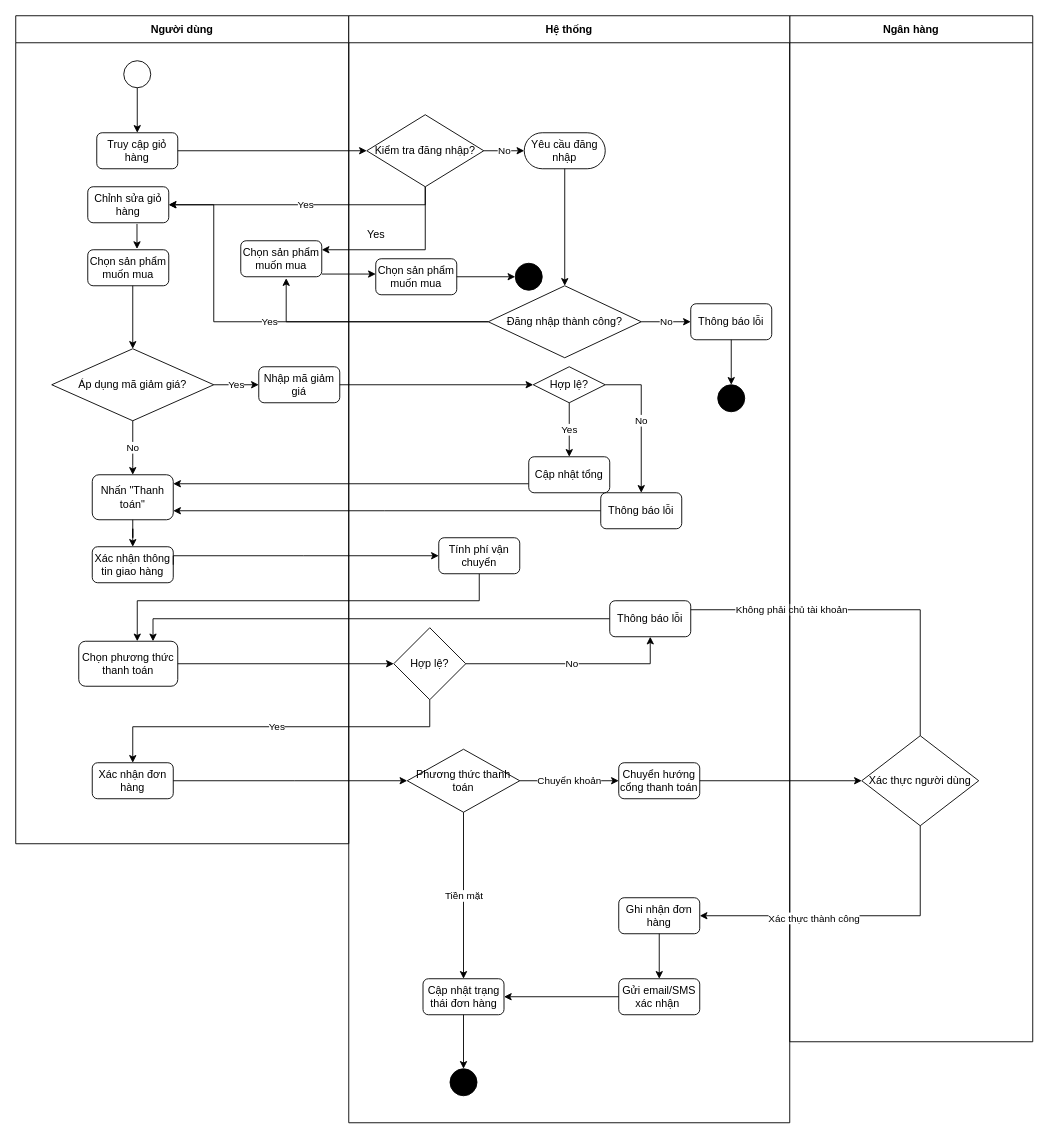
The draw.io diagram Activity Diagram/Cart_Checkout.drawio in NguyenThaiDung2003/IT3120Nhom11, before the edit. Source tidied: cells renumbered, new cells numbered last; positions are measured from the earlier drawing's top-left corner, leaving out a move shared by most shapes. Both pictures are drawn from the tidied source at 90%, with x=0, y=0 at pixel (15, 15).
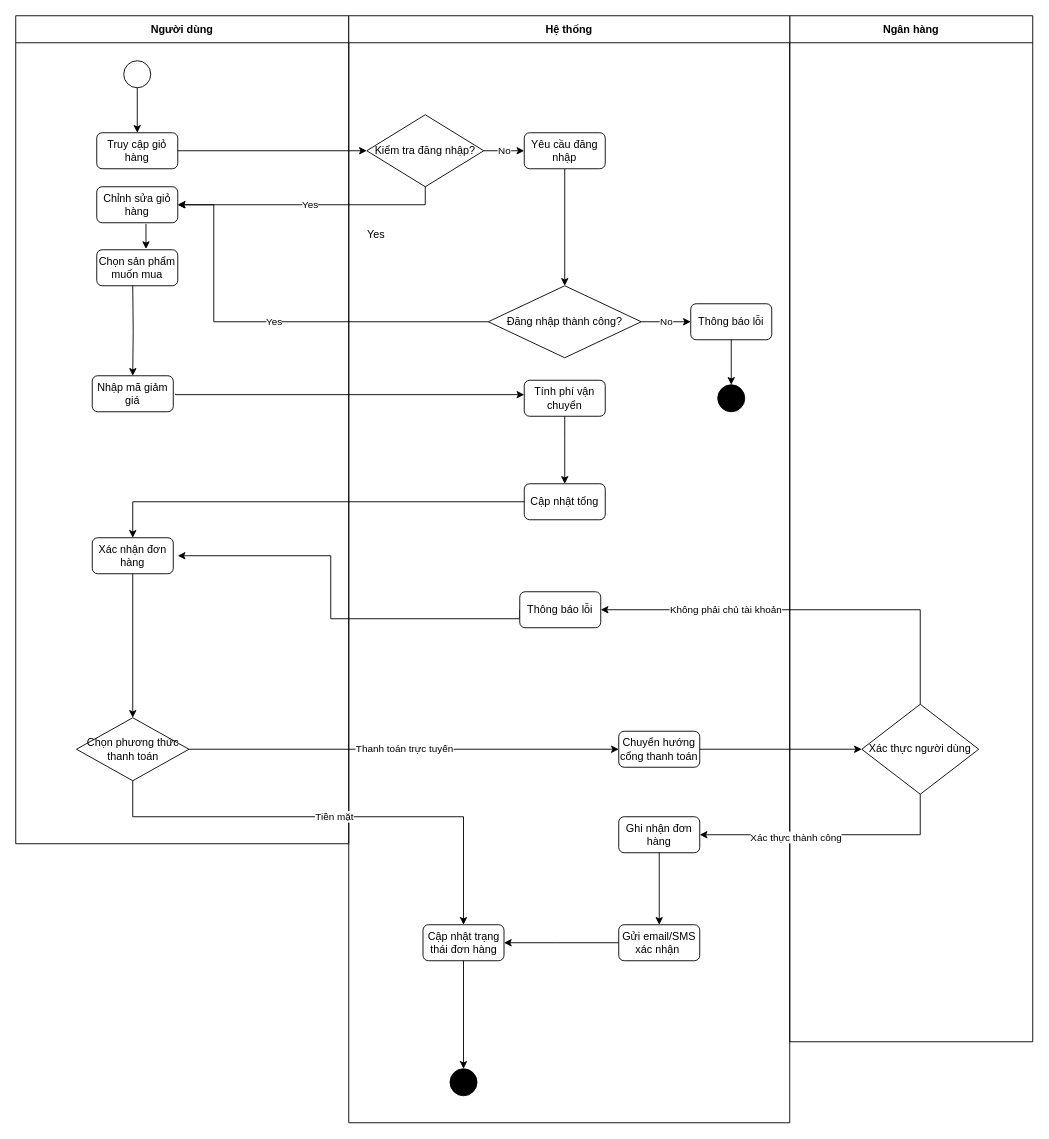
The same page after the edit.

Commit message (it also covers changes not shown here):
Cập nhật biểu đồ hoạt động và biểu đồ UC (Thanh taons và giỏ hàng)

The change refers to these unchanged cells:
```xml
<mxCell id="2" value="Người dùng" style="swimlane;startSize=30;" parent="1" vertex="1">
  <mxGeometry width="370" height="920" as="geometry" />
</mxCell>
<mxCell id="33" value="Ngân hàng" style="swimlane;startSize=30;" parent="1" vertex="1">
  <mxGeometry x="860" width="270" height="1140" as="geometry" />
</mxCell>
<mxCell id="39" value="Hệ thống" style="swimlane;startSize=30;" parent="1" vertex="1">
  <mxGeometry x="370" width="490" height="1230" as="geometry" />
</mxCell>
<mxCell id="40" value="Kiểm tra đăng nhập?" style="rhombus;whiteSpace=wrap;html=1;" parent="39" vertex="1">
  <mxGeometry x="20" y="110" width="130" height="80" as="geometry" />
</mxCell>
<mxCell id="42" value="Đăng nhập thành công?" style="rhombus;whiteSpace=wrap;html=1;" parent="39" vertex="1">
  <mxGeometry x="155" y="300" width="170" height="80" as="geometry" />
</mxCell>
```

The edit, as a diff of the source:
```diff
@@
     <mxCell id="5" value="Chỉnh sửa giỏ hàng" style="rounded=1;whiteSpace=wrap;html=1;" parent="2" vertex="1">
-      <mxGeometry x="80" y="190" width="90" height="40" as="geometry" />
+      <mxGeometry x="90" y="190" width="90" height="40" as="geometry" />
     </mxCell>
-    <mxCell id="6" value="Áp dụng mã giảm giá?" style="rhombus;whiteSpace=wrap;html=1;" parent="2" vertex="1">
-      <mxGeometry x="40" y="370" width="180" height="80" as="geometry" />
-    </mxCell>
     <mxCell id="7" value="Nhập mã giảm giá" style="rounded=1;whiteSpace=wrap;html=1;" parent="2" vertex="1">
-      <mxGeometry x="270" y="390" width="90" height="40" as="geometry" />
+      <mxGeometry x="85" y="400" width="90" height="40" as="geometry" />
     </mxCell>
-    <mxCell id="8" value="Nhấn &quot;Thanh toán&quot;" style="rounded=1;whiteSpace=wrap;html=1;" parent="2" vertex="1">
-      <mxGeometry x="85" y="510" width="90" height="50" as="geometry" />
-    </mxCell>
-    <mxCell id="9" value="Xác nhận thông tin giao hàng" style="rounded=1;whiteSpace=wrap;html=1;" parent="2" vertex="1">
-      <mxGeometry x="85" y="590" width="90" height="40" as="geometry" />
-    </mxCell>
-    <mxCell id="10" value="Chọn phương thức thanh toán" style="rounded=1;whiteSpace=wrap;html=1;" parent="2" vertex="1">
-      <mxGeometry x="70" y="695" width="110" height="50" as="geometry" />
-    </mxCell>
     <mxCell id="11" value="Xác nhận đơn hàng" style="rounded=1;whiteSpace=wrap;html=1;" parent="2" vertex="1">
-      <mxGeometry x="85" y="830" width="90" height="40" as="geometry" />
+      <mxGeometry x="85" y="580" width="90" height="40" as="geometry" />
     </mxCell>
-    <mxCell id="12" value="No" style="edgeStyle=orthogonalEdgeStyle;rounded=0;html=1;jettySize=auto;entryX=0.5;entryY=0;entryDx=0;entryDy=0;" parent="2" edge="1" source="6" target="8">
-      <mxGeometry relative="1" as="geometry">
-        <Array as="points">
-          <mxPoint x="130" y="500" />
-        </Array>
-      </mxGeometry>
-    </mxCell>
     <mxCell id="13" value="Chọn sản phẩm muốn mua" style="rounded=1;whiteSpace=wrap;html=1;" parent="2" vertex="1">
-      <mxGeometry x="80" y="260" width="90" height="40" as="geometry" />
+      <mxGeometry x="90" y="260" width="90" height="40" as="geometry" />
     </mxCell>
-    <mxCell id="14" style="edgeStyle=orthogonalEdgeStyle;rounded=0;html=1;jettySize=auto;entryX=0.5;entryY=0;entryDx=0;entryDy=0;" parent="2" edge="1" target="6">
+    <mxCell id="14" style="edgeStyle=orthogonalEdgeStyle;rounded=0;html=1;jettySize=auto;entryX=0.5;entryY=0;entryDx=0;entryDy=0;" parent="2" edge="1" target="7">
       <mxGeometry relative="1" as="geometry">
         <mxPoint x="130" y="300" as="sourcePoint" />
-        <Array as="points">
-          <mxPoint x="130" y="300" />
-        </Array>
       </mxGeometry>
     </mxCell>
@@
-    <mxCell id="16" value="Chọn sản phẩm muốn mua" style="rounded=1;whiteSpace=wrap;html=1;" parent="2" vertex="1">
-      <mxGeometry x="250" y="250" width="90" height="40" as="geometry" />
-    </mxCell>
+    <mxCell id="48" value="Chọn phương thức thanh toán" style="rhombus;whiteSpace=wrap;html=1;" parent="2" vertex="1">
+      <mxGeometry x="67.5" y="780" width="125" height="70" as="geometry" />
+    </mxCell>
+    <mxCell id="28" style="edgeStyle=orthogonalEdgeStyle;rounded=0;html=1;jettySize=auto;entryX=0.5;entryY=0;entryDx=0;entryDy=0;exitX=0.5;exitY=1;exitDx=0;exitDy=0;" parent="2" edge="1" source="11" target="48">
+      <mxGeometry relative="1" as="geometry" />
+    </mxCell>
@@
-    <mxCell id="21" value="Yes" style="edgeStyle=orthogonalEdgeStyle;rounded=0;html=1;jettySize=auto;" parent="1" edge="1" source="6" target="7">
-      <mxGeometry relative="1" as="geometry" />
-    </mxCell>
-    <mxCell id="22" style="edgeStyle=orthogonalEdgeStyle;rounded=0;html=1;jettySize=auto;" parent="1" edge="1" source="7" target="45">
-      <mxGeometry relative="1" as="geometry" />
-    </mxCell>
-    <mxCell id="23" style="edgeStyle=orthogonalEdgeStyle;rounded=0;html=1;jettySize=auto;" parent="1" edge="1" source="46" target="8">
-      <mxGeometry relative="1" as="geometry">
-        <Array as="points">
-          <mxPoint x="370" y="520" />
-          <mxPoint x="370" y="520" />
-        </Array>
-      </mxGeometry>
-    </mxCell>
-    <mxCell id="24" style="edgeStyle=orthogonalEdgeStyle;rounded=0;html=1;jettySize=auto;" parent="1" edge="1" source="56" target="8">
-      <mxGeometry relative="1" as="geometry">
-        <Array as="points">
-          <mxPoint x="410" y="550" />
-          <mxPoint x="410" y="550" />
-        </Array>
-      </mxGeometry>
-    </mxCell>
-    <mxCell id="25" style="edgeStyle=orthogonalEdgeStyle;rounded=0;html=1;jettySize=auto;" parent="1" edge="1" source="8" target="9">
-      <mxGeometry relative="1" as="geometry" />
-    </mxCell>
-    <mxCell id="26" style="edgeStyle=orthogonalEdgeStyle;rounded=0;html=1;jettySize=auto;exitX=0.5;exitY=1;exitDx=0;exitDy=0;" parent="1" edge="1" source="47" target="10">
-      <mxGeometry relative="1" as="geometry">
-        <Array as="points">
-          <mxPoint x="515" y="650" />
-          <mxPoint x="135" y="650" />
-        </Array>
-      </mxGeometry>
-    </mxCell>
-    <mxCell id="27" style="edgeStyle=orthogonalEdgeStyle;rounded=0;html=1;jettySize=auto;" parent="1" edge="1" source="10" target="53">
-      <mxGeometry relative="1" as="geometry" />
-    </mxCell>
-    <mxCell id="28" style="edgeStyle=orthogonalEdgeStyle;rounded=0;html=1;jettySize=auto;entryX=0;entryY=0.5;entryDx=0;entryDy=0;exitX=1;exitY=0.5;exitDx=0;exitDy=0;" parent="1" edge="1" source="11" target="48">
-      <mxGeometry relative="1" as="geometry">
-        <Array as="points">
-          <mxPoint x="310" y="850" />
-          <mxPoint x="310" y="850" />
-        </Array>
-      </mxGeometry>
-    </mxCell>
-    <mxCell id="29" style="edgeStyle=orthogonalEdgeStyle;rounded=0;html=1;jettySize=auto;exitX=0;exitY=0.5;exitDx=0;exitDy=0;entryX=0.75;entryY=0;entryDx=0;entryDy=0;" parent="1" edge="1" source="58" target="10">
-      <mxGeometry relative="1" as="geometry" />
+    <mxCell id="29" style="edgeStyle=orthogonalEdgeStyle;rounded=0;html=1;jettySize=auto;exitX=0;exitY=0.5;exitDx=0;exitDy=0;" parent="1" edge="1" source="58">
+      <mxGeometry relative="1" as="geometry">
+        <mxPoint x="180" y="600" as="targetPoint" />
+        <Array as="points">
+          <mxPoint x="350" y="670" />
+          <mxPoint x="350" y="600" />
+          <mxPoint x="180" y="600" />
+        </Array>
+      </mxGeometry>
     </mxCell>
-    <mxCell id="30" style="edgeStyle=orthogonalEdgeStyle;rounded=0;html=1;jettySize=auto;exitX=0.5;exitY=1;exitDx=0;exitDy=0;entryX=1;entryY=0.25;entryDx=0;entryDy=0;" parent="1" edge="1" source="40" target="16">
-      <mxGeometry relative="1" as="geometry">
-        <Array as="points">
-          <mxPoint x="455" y="260" />
-        </Array>
-      </mxGeometry>
-    </mxCell>
@@
-    <mxCell id="32" style="edgeStyle=orthogonalEdgeStyle;rounded=0;html=1;jettySize=auto;exitX=0;exitY=0.5;exitDx=0;exitDy=0;entryX=0.561;entryY=1.041;entryDx=0;entryDy=0;entryPerimeter=0;" parent="1" edge="1" source="42" target="16">
-      <mxGeometry relative="1" as="geometry">
-        <Array as="points">
-          <mxPoint x="301" y="340" />
-        </Array>
-      </mxGeometry>
-    </mxCell>
@@
     <mxCell id="34" value="Xác thực người dùng" style="rhombus;whiteSpace=wrap;html=1;" parent="33" vertex="1">
-      <mxGeometry x="80" y="800" width="130" height="100" as="geometry" />
+      <mxGeometry x="80" y="765" width="130" height="100" as="geometry" />
     </mxCell>
-    <mxCell id="35" style="edgeStyle=orthogonalEdgeStyle;rounded=0;html=1;jettySize=auto;entryX=1;entryY=0.25;entryDx=0;entryDy=0;exitX=0.5;exitY=0;exitDx=0;exitDy=0;" parent="33" edge="1" source="34">
-      <mxGeometry relative="1" as="geometry">
-        <mxPoint x="-120" y="660" as="targetPoint" />
-        <Array as="points">
-          <mxPoint x="145" y="660" />
-        </Array>
-      </mxGeometry>
-    </mxCell>
-    <mxCell id="36" value="&lt;span style=&quot;color: rgb(0, 0, 0);&quot;&gt;Không phải chủ tài khoản&lt;/span&gt;" style="edgeLabel;html=1;align=center;verticalAlign=middle;" parent="35" vertex="1">
-      <mxGeometry x="0.4" y="-1" relative="1" as="geometry" />
-    </mxCell>
-    <mxCell id="37" style="edgeStyle=orthogonalEdgeStyle;rounded=0;html=1;jettySize=auto;exitX=1;exitY=0.5;exitDx=0;exitDy=0;entryX=0;entryY=0.5;entryDx=0;entryDy=0;" parent="1" edge="1" source="9" target="47">
-      <mxGeometry relative="1" as="geometry">
-        <Array as="points">
-          <mxPoint x="320" y="600" />
-          <mxPoint x="320" y="600" />
-        </Array>
-      </mxGeometry>
-    </mxCell>
-    <mxCell id="38" value="Yes" style="edgeStyle=orthogonalEdgeStyle;rounded=0;html=1;jettySize=auto;entryX=0.5;entryY=0;entryDx=0;entryDy=0;exitX=0.5;exitY=1;exitDx=0;exitDy=0;" parent="1" edge="1" source="53" target="11">
-      <mxGeometry relative="1" as="geometry">
-        <Array as="points">
-          <mxPoint x="460" y="790" />
-          <mxPoint x="130" y="790" />
-        </Array>
-      </mxGeometry>
-    </mxCell>
@@
-    <mxCell id="41" value="Yêu cầu đăng nhập" style="rounded=1;whiteSpace=wrap;html=1;arcSize=50;" parent="39" vertex="1">
-      <mxGeometry x="195" y="130" width="90" height="40" as="geometry" />
-    </mxCell>
@@
-    <mxCell id="45" value="Hợp lệ?" style="rhombus;whiteSpace=wrap;html=1;" parent="39" vertex="1">
-      <mxGeometry x="205" y="390" width="80" height="40" as="geometry" />
-    </mxCell>
     <mxCell id="46" value="Cập nhật tổng" style="rounded=1;whiteSpace=wrap;html=1;" parent="39" vertex="1">
-      <mxGeometry x="200" y="490" width="90" height="40" as="geometry" />
+      <mxGeometry x="195" y="520" width="90" height="40" as="geometry" />
     </mxCell>
     <mxCell id="47" value="Tính phí vận chuyển" style="rounded=1;whiteSpace=wrap;html=1;" parent="39" vertex="1">
-      <mxGeometry x="100" y="580" width="90" height="40" as="geometry" />
+      <mxGeometry x="195" y="405" width="90" height="40" as="geometry" />
     </mxCell>
-    <mxCell id="48" value="Phương thức thanh toán" style="rhombus;whiteSpace=wrap;html=1;" parent="39" vertex="1">
-      <mxGeometry x="65" y="815" width="125" height="70" as="geometry" />
-    </mxCell>
     <mxCell id="49" value="Ghi nhận đơn hàng" style="rounded=1;whiteSpace=wrap;html=1;" parent="39" vertex="1">
-      <mxGeometry x="300" y="980" width="90" height="40" as="geometry" />
+      <mxGeometry x="300" y="890" width="90" height="40" as="geometry" />
     </mxCell>
     <mxCell id="50" value="Gửi email/SMS xác nhận&amp;nbsp;" style="rounded=1;whiteSpace=wrap;html=1;" parent="39" vertex="1">
-      <mxGeometry x="300" y="1070" width="90" height="40" as="geometry" />
+      <mxGeometry x="300" y="1010" width="90" height="40" as="geometry" />
     </mxCell>
     <mxCell id="51" value="Cập nhật trạng thái đơn hàng" style="rounded=1;whiteSpace=wrap;html=1;" parent="39" vertex="1">
-      <mxGeometry x="82.5" y="1070" width="90" height="40" as="geometry" />
+      <mxGeometry x="82.5" y="1010" width="90" height="40" as="geometry" />
     </mxCell>
@@
-    <mxCell id="53" value="Hợp lệ?" style="rhombus;whiteSpace=wrap;html=1;" parent="39" vertex="1">
-      <mxGeometry x="50" y="680" width="80" height="80" as="geometry" />
-    </mxCell>
-    <mxCell id="54" value="No" style="edgeStyle=orthogonalEdgeStyle;rounded=0;html=1;jettySize=auto;entryX=0.5;entryY=1;entryDx=0;entryDy=0;" parent="39" edge="1" source="53" target="58">
-      <mxGeometry relative="1" as="geometry" />
-    </mxCell>
-    <mxCell id="55" value="Chuyển khoản" style="edgeStyle=orthogonalEdgeStyle;rounded=0;html=1;jettySize=auto;entryX=0;entryY=0.5;entryDx=0;entryDy=0;exitX=1;exitY=0.5;exitDx=0;exitDy=0;" parent="39" edge="1" source="48" target="71">
-      <mxGeometry relative="1" as="geometry" />
-    </mxCell>
-    <mxCell id="56" value="Thông báo lỗi" style="rounded=1;whiteSpace=wrap;html=1;" parent="39" vertex="1">
-      <mxGeometry x="280" y="530" width="90" height="40" as="geometry" />
-    </mxCell>
-    <mxCell id="57" value="No" style="edgeStyle=orthogonalEdgeStyle;rounded=0;html=1;jettySize=auto;" parent="39" edge="1" source="45" target="56">
-      <mxGeometry relative="1" as="geometry">
-        <Array as="points">
-          <mxPoint x="325" y="410" />
-        </Array>
-      </mxGeometry>
-    </mxCell>
     <mxCell id="58" value="Thông báo lỗi" style="rounded=1;whiteSpace=wrap;html=1;" parent="39" vertex="1">
-      <mxGeometry x="290" y="650" width="90" height="40" as="geometry" />
+      <mxGeometry x="190" y="640" width="90" height="40" as="geometry" />
     </mxCell>
-    <mxCell id="59" value="Chọn sản phẩm muốn mua" style="rounded=1;whiteSpace=wrap;html=1;" parent="39" vertex="1">
-      <mxGeometry x="30" y="270" width="90" height="40" as="geometry" />
-    </mxCell>
-    <mxCell id="60" style="edgeStyle=orthogonalEdgeStyle;rounded=0;html=1;jettySize=auto;exitX=1.001;exitY=0.925;exitDx=0;exitDy=0;exitPerimeter=0;" parent="39" edge="1" source="16">
-      <mxGeometry relative="1" as="geometry">
-        <mxPoint x="30" y="287" as="targetPoint" />
-        <Array as="points">
-          <mxPoint x="30" y="287" />
-        </Array>
-      </mxGeometry>
-    </mxCell>
-    <mxCell id="61" style="ellipse;whiteSpace=wrap;html=1;fillColor=#000000;" parent="39" vertex="1">
-      <mxGeometry x="185" y="275" width="30" height="30" as="geometry" />
-    </mxCell>
-    <mxCell id="62" style="edgeStyle=orthogonalEdgeStyle;rounded=0;html=1;jettySize=auto;exitX=1;exitY=0.5;exitDx=0;exitDy=0;entryX=0;entryY=0.5;entryDx=0;entryDy=0;" parent="39" edge="1" source="59" target="61">
-      <mxGeometry relative="1" as="geometry" />
-    </mxCell>
@@
-    <mxCell id="64" style="edgeStyle=orthogonalEdgeStyle;rounded=0;html=1;jettySize=auto;entryX=0.5;entryY=0;entryDx=0;entryDy=0;" parent="39" edge="1" source="41" target="42">
-      <mxGeometry relative="1" as="geometry">
-        <Array as="points">
-          <mxPoint x="240" y="300" />
-        </Array>
-      </mxGeometry>
+    <mxCell id="64" style="edgeStyle=orthogonalEdgeStyle;rounded=0;html=1;jettySize=auto;entryX=0.5;entryY=0;entryDx=0;entryDy=0;exitX=0.5;exitY=1;exitDx=0;exitDy=0;" parent="39" edge="1" source="41" target="42">
+      <mxGeometry relative="1" as="geometry" />
     </mxCell>
@@
-    <mxCell id="67" value="Yes" style="edgeStyle=orthogonalEdgeStyle;rounded=0;html=1;jettySize=auto;" parent="39" edge="1" source="45" target="46">
-      <mxGeometry relative="1" as="geometry" />
-    </mxCell>
-    <mxCell id="68" value="Tiền mặt" style="edgeStyle=orthogonalEdgeStyle;rounded=0;html=1;jettySize=auto;exitX=0.5;exitY=1;exitDx=0;exitDy=0;entryX=0.5;entryY=0;entryDx=0;entryDy=0;" parent="39" edge="1" source="48" target="51">
-      <mxGeometry relative="1" as="geometry" />
-    </mxCell>
-    <mxCell id="69" style="edgeStyle=orthogonalEdgeStyle;rounded=0;html=1;jettySize=auto;" parent="39" edge="1" source="50" target="51">
+    <mxCell id="69" style="edgeStyle=orthogonalEdgeStyle;rounded=0;html=1;jettySize=auto;exitX=0;exitY=0.5;exitDx=0;exitDy=0;" parent="39" edge="1" source="50" target="51">
       <mxGeometry relative="1" as="geometry">
         <Array as="points">
-          <mxPoint x="140" y="1090" />
+          <mxPoint x="230" y="1030" />
+          <mxPoint x="230" y="1030" />
         </Array>
       </mxGeometry>
     </mxCell>
@@
     <mxCell id="71" value="Chuyển hướng cổng thanh toán" style="rounded=1;whiteSpace=wrap;html=1;" parent="39" vertex="1">
-      <mxGeometry x="300" y="830" width="90" height="40" as="geometry" />
+      <mxGeometry x="300" y="795" width="90" height="40" as="geometry" />
     </mxCell>
@@
+    <mxCell id="22" style="edgeStyle=orthogonalEdgeStyle;rounded=0;html=1;jettySize=auto;orthogonalLoop=1;" parent="39" edge="1">
+      <mxGeometry relative="1" as="geometry">
+        <mxPoint x="-192.5" y="420" as="sourcePoint" />
+        <mxPoint x="195" y="421" as="targetPoint" />
+        <Array as="points">
+          <mxPoint x="-192" y="421" />
+          <mxPoint x="195" y="421" />
+        </Array>
+      </mxGeometry>
+    </mxCell>
+    <mxCell id="76" style="edgeStyle=orthogonalEdgeStyle;rounded=0;html=1;jettySize=auto;entryX=0.5;entryY=0;entryDx=0;entryDy=0;exitX=0.5;exitY=1;exitDx=0;exitDy=0;" parent="39" edge="1" source="47" target="46">
+      <mxGeometry relative="1" as="geometry">
+        <Array as="points">
+          <mxPoint x="240" y="470" />
+          <mxPoint x="240" y="470" />
+        </Array>
+      </mxGeometry>
+    </mxCell>
+    <mxCell id="41" value="Yêu cầu đăng nhập" style="rounded=1;whiteSpace=wrap;html=1;" parent="39" vertex="1">
+      <mxGeometry x="195" y="130" width="90" height="40" as="geometry" />
+    </mxCell>
@@
     <mxCell id="74" style="edgeStyle=orthogonalEdgeStyle;rounded=0;html=1;jettySize=auto;exitX=0.5;exitY=1;exitDx=0;exitDy=0;entryX=1;entryY=0.5;entryDx=0;entryDy=0;" parent="1" edge="1" source="34" target="49">
       <mxGeometry relative="1" as="geometry">
         <Array as="points">
-          <mxPoint x="1005" y="1000" />
+          <mxPoint x="1005" y="910" />
         </Array>
       </mxGeometry>
     </mxCell>
@@
+    <mxCell id="35" style="edgeStyle=orthogonalEdgeStyle;rounded=0;html=1;jettySize=auto;exitX=0.5;exitY=0;exitDx=0;exitDy=0;" parent="1" edge="1" source="34">
+      <mxGeometry relative="1" as="geometry">
+        <mxPoint x="650" y="660" as="targetPoint" />
+        <Array as="points">
+          <mxPoint x="1005" y="660" />
+        </Array>
+      </mxGeometry>
+    </mxCell>
+    <mxCell id="36" value="&lt;span style=&quot;color: rgb(0, 0, 0);&quot;&gt;Không phải chủ tài khoản&lt;/span&gt;" style="edgeLabel;html=1;align=center;verticalAlign=middle;" parent="35" vertex="1">
+      <mxGeometry x="0.4" y="-1" relative="1" as="geometry" />
+    </mxCell>
+    <mxCell id="77" style="edgeStyle=orthogonalEdgeStyle;rounded=0;html=1;jettySize=auto;exitX=0;exitY=0.5;exitDx=0;exitDy=0;" parent="1" edge="1" source="46">
+      <mxGeometry relative="1" as="geometry">
+        <mxPoint x="130" y="580" as="targetPoint" />
+        <Array as="points">
+          <mxPoint x="130" y="540" />
+          <mxPoint x="130" y="580" />
+        </Array>
+      </mxGeometry>
+    </mxCell>
+    <mxCell id="55" value="Thanh toán trực tuyến" style="edgeStyle=orthogonalEdgeStyle;rounded=0;html=1;jettySize=auto;entryX=0;entryY=0.5;entryDx=0;entryDy=0;exitX=1;exitY=0.5;exitDx=0;exitDy=0;" parent="1" edge="1" source="48" target="71">
+      <mxGeometry relative="1" as="geometry" />
+    </mxCell>
+    <mxCell id="68" value="Tiền mặt" style="edgeStyle=orthogonalEdgeStyle;rounded=0;html=1;jettySize=auto;exitX=0.5;exitY=1;exitDx=0;exitDy=0;entryX=0.5;entryY=0;entryDx=0;entryDy=0;" parent="1" edge="1" source="48" target="51">
+      <mxGeometry relative="1" as="geometry">
+        <Array as="points">
+          <mxPoint x="130" y="890" />
+          <mxPoint x="498" y="890" />
+        </Array>
+      </mxGeometry>
+    </mxCell>
```
